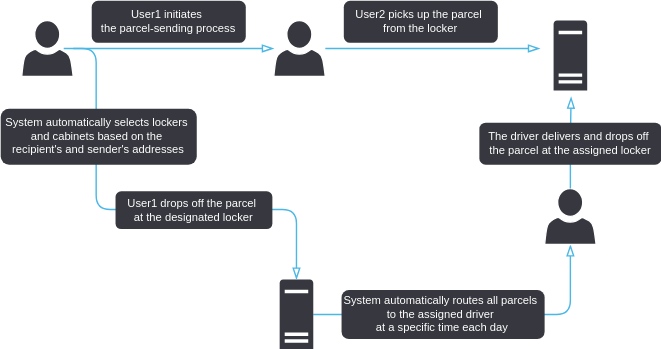
Senull0/APost keeps this draw.io diagram as images/How_itworks.svg. Above is the earlier version. Source tidied: cells renumbered, new cells last; positions are measured from the earlier drawing's top-left corner, leaving out a move shared by most shapes. The source it was exported from:
```xml
<mxGraphModel>
  <root>
    <mxCell id="0" />
    <mxCell id="1" parent="0" />
    <mxCell id="2" style="jettySize=auto;html=1;elbow=vertical;strokeColor=#4ab7e5;rounded=1;endArrow=blockThin;endFill=0;" parent="1" edge="1" source="3" target="4">
      <mxGeometry relative="1" as="geometry" />
    </mxCell>
    <mxCell id="3" style="shadow=0;dashed=0;html=1;strokeColor=#FFFFFF;fillColor=#37383F;labelPosition=center;verticalLabelPosition=bottom;verticalAlign=top;outlineConnect=0;align=center;shape=mxgraph.office.users.user;gradientColor=none;rounded=1;" parent="1" vertex="1">
      <mxGeometry x="15" y="14" width="36.8" height="40" as="geometry" />
    </mxCell>
    <mxCell id="4" style="shadow=0;dashed=0;html=1;strokeColor=#FFFFFF;fillColor=#37383F;labelPosition=center;verticalLabelPosition=bottom;verticalAlign=top;outlineConnect=0;align=center;shape=mxgraph.office.users.user;rounded=1;" parent="1" vertex="1">
      <mxGeometry x="195" y="14" width="36.8" height="40" as="geometry" />
    </mxCell>
    <mxCell id="5" value="=" style="text;html=1;align=center;verticalAlign=middle;strokeColor=none;fillColor=none;fontSize=10;labelBackgroundColor=#37383F;fontColor=#FFFFFF;labelBorderColor=#37383F;rounded=1;" parent="1" vertex="1">
      <mxGeometry x="105" y="4" width="30" height="30" as="geometry" />
    </mxCell>
    <mxCell id="6" style="edgeStyle=orthogonalEdgeStyle;rounded=1;jettySize=auto;html=1;exitX=1;exitY=0.5;exitDx=0;exitDy=0;exitPerimeter=0;strokeColor=#4ab7e5;endArrow=blockThin;endFill=0;" parent="1" edge="1" source="7" target="8">
      <mxGeometry relative="1" as="geometry" />
    </mxCell>
    <mxCell id="7" style="shadow=0;dashed=0;html=1;strokeColor=none;labelPosition=center;verticalLabelPosition=bottom;verticalAlign=top;align=center;fillColor=#37383F;shape=mxgraph.mscae.enterprise.server_generic;rounded=1;" parent="1" vertex="1">
      <mxGeometry x="199.2" y="199" width="24" height="50" as="geometry" />
    </mxCell>
    <mxCell id="8" style="shadow=0;dashed=0;html=1;strokeColor=#FFFFFF;fillColor=#37383F;labelPosition=center;verticalLabelPosition=bottom;verticalAlign=top;outlineConnect=0;align=center;shape=mxgraph.office.users.user;rounded=1;" parent="1" vertex="1">
      <mxGeometry x="388.4" y="134" width="36.8" height="40" as="geometry" />
    </mxCell>
    <mxCell id="9" style="shadow=0;dashed=0;html=1;strokeColor=none;labelPosition=center;verticalLabelPosition=bottom;verticalAlign=top;align=center;fillColor=#37383F;shape=mxgraph.mscae.enterprise.server_generic;rounded=1;" parent="1" vertex="1">
      <mxGeometry x="394.8" y="14" width="24" height="50" as="geometry" />
    </mxCell>
    <mxCell id="10" style="edgeStyle=orthogonalEdgeStyle;rounded=1;jettySize=auto;html=1;entryX=0.5;entryY=0;entryDx=0;entryDy=0;entryPerimeter=0;strokeColor=#4ab7e5;endArrow=blockThin;endFill=0;" parent="1" edge="1" target="7">
      <mxGeometry relative="1" as="geometry">
        <mxPoint x="45" y="34" as="sourcePoint" />
        <Array as="points">
          <mxPoint x="68.2" y="34" />
          <mxPoint x="68.2" y="149" />
          <mxPoint x="211.2" y="149" />
        </Array>
      </mxGeometry>
    </mxCell>
    <mxCell id="11" style="edgeStyle=orthogonalEdgeStyle;rounded=1;jettySize=auto;html=1;entryX=0.521;entryY=1.09;entryDx=0;entryDy=0;entryPerimeter=0;strokeColor=#4ab7e5;endArrow=blockThin;endFill=0;" parent="1" edge="1" source="8" target="9">
      <mxGeometry relative="1" as="geometry" />
    </mxCell>
    <mxCell id="12" style="edgeStyle=orthogonalEdgeStyle;rounded=1;jettySize=auto;html=1;strokeColor=#4ab7e5;endArrow=blockThin;endFill=0;" parent="1" edge="1" source="4">
      <mxGeometry relative="1" as="geometry">
        <mxPoint x="385" y="34" as="targetPoint" />
      </mxGeometry>
    </mxCell>
    <mxCell id="13" value="&lt;div style=&quot;font-size: 8px;&quot;&gt;&lt;font color=&quot;#ffffff&quot; style=&quot;font-size: 8px;&quot;&gt;System automatically selects lockers&amp;nbsp;&lt;/font&gt;&lt;/div&gt;&lt;div style=&quot;font-size: 8px;&quot;&gt;&lt;font color=&quot;#ffffff&quot; style=&quot;font-size: 8px;&quot;&gt;and cabinets based on the&amp;nbsp;&lt;/font&gt;&lt;/div&gt;&lt;div style=&quot;font-size: 8px;&quot;&gt;&lt;font color=&quot;#ffffff&quot; style=&quot;font-size: 8px;&quot;&gt;recipient's and sender's addresses&lt;/font&gt;&lt;/div&gt;" style="rounded=1;whiteSpace=wrap;html=1;fillColor=#37383F;strokeColor=none;" parent="1" vertex="1">
      <mxGeometry y="77" width="140" height="40" as="geometry" />
    </mxCell>
    <mxCell id="14" value="&lt;div style=&quot;font-size: 8px;&quot;&gt;&lt;font color=&quot;#ffffff&quot; style=&quot;font-size: 8px;&quot;&gt;User1 drops off the parcel&amp;nbsp;&lt;/font&gt;&lt;/div&gt;&lt;div style=&quot;font-size: 8px;&quot;&gt;&lt;font color=&quot;#ffffff&quot; style=&quot;font-size: 8px;&quot;&gt;at the designated locker&lt;/font&gt;&lt;/div&gt;" style="rounded=1;whiteSpace=wrap;html=1;fillColor=#37383F;strokeColor=none;" parent="1" vertex="1">
      <mxGeometry x="82" y="136" width="112" height="27" as="geometry" />
    </mxCell>
    <mxCell id="15" value="&lt;div style=&quot;font-size: 8px;&quot;&gt;&lt;font color=&quot;#ffffff&quot; style=&quot;font-size: 8px;&quot;&gt;User1 initiates&amp;nbsp;&lt;/font&gt;&lt;/div&gt;&lt;div style=&quot;font-size: 8px;&quot;&gt;&lt;font color=&quot;#ffffff&quot; style=&quot;font-size: 8px;&quot;&gt;the parcel-sending process&lt;/font&gt;&lt;/div&gt;" style="rounded=1;whiteSpace=wrap;html=1;fillColor=#37383F;strokeColor=none;" parent="1" vertex="1">
      <mxGeometry x="65" width="110" height="30" as="geometry" />
    </mxCell>
    <mxCell id="16" value="&lt;div style=&quot;font-size: 8px;&quot;&gt;&lt;font color=&quot;#ffffff&quot; style=&quot;font-size: 8px;&quot;&gt;User2 picks up the parcel&amp;nbsp;&lt;/font&gt;&lt;/div&gt;&lt;div style=&quot;font-size: 8px;&quot;&gt;&lt;font color=&quot;#ffffff&quot; style=&quot;font-size: 8px;&quot;&gt;from the locker&lt;/font&gt;&lt;/div&gt;" style="rounded=1;whiteSpace=wrap;html=1;fillColor=#37383F;strokeColor=none;" parent="1" vertex="1">
      <mxGeometry x="245" width="110" height="30" as="geometry" />
    </mxCell>
    <mxCell id="17" value="&lt;div style=&quot;font-size: 8px;&quot;&gt;&lt;font color=&quot;#ffffff&quot; style=&quot;font-size: 8px;&quot;&gt;The driver delivers and drops off&amp;nbsp;&lt;/font&gt;&lt;/div&gt;&lt;div style=&quot;font-size: 8px;&quot;&gt;&lt;font color=&quot;#ffffff&quot; style=&quot;font-size: 8px;&quot;&gt;the parcel at the assigned locker&lt;/font&gt;&lt;/div&gt;" style="rounded=1;whiteSpace=wrap;html=1;fillColor=#37383F;strokeColor=none;" parent="1" vertex="1">
      <mxGeometry x="341.8" y="87" width="130" height="30" as="geometry" />
    </mxCell>
    <mxCell id="18" value="&lt;div style=&quot;font-size: 8px;&quot;&gt;&lt;font style=&quot;font-size: 8px;&quot;&gt;System automatically routes all parcels&amp;nbsp;&lt;/font&gt;&lt;/div&gt;&lt;div style=&quot;font-size: 8px;&quot;&gt;&lt;font style=&quot;font-size: 8px;&quot;&gt;to the assigned driver&amp;nbsp;&lt;/font&gt;&lt;/div&gt;&lt;div style=&quot;font-size: 8px;&quot;&gt;&lt;font style=&quot;font-size: 8px;&quot;&gt;at a specific time each day&lt;/font&gt;&lt;/div&gt;" style="rounded=1;whiteSpace=wrap;html=1;fillColor=#37383F;strokeColor=none;fontColor=#FFFFFF;" parent="1" vertex="1">
      <mxGeometry x="243.4" y="206.5" width="145" height="35" as="geometry" />
    </mxCell>
  </root>
</mxGraphModel>
```
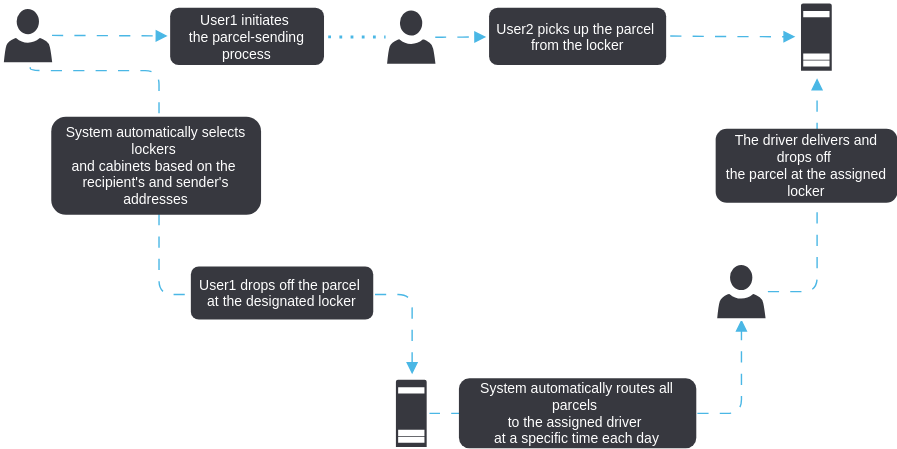
The same diagram one commit later.

Change to the diagram source:
```diff
@@ -2,65 +2,86 @@
   <root>
     <mxCell id="0" />
     <mxCell id="1" parent="0" />
-    <mxCell id="2" style="jettySize=auto;html=1;elbow=vertical;strokeColor=#4ab7e5;rounded=1;endArrow=blockThin;endFill=0;" parent="1" edge="1" source="3" target="4">
-      <mxGeometry relative="1" as="geometry" />
+    <mxCell id="2" style="orthogonalLoop=0;jettySize=auto;html=1;elbow=vertical;strokeColor=#4ab7e5;rounded=1;endArrow=block;endFill=1;entryX=0;entryY=0.5;entryDx=0;entryDy=0;flowAnimation=1;" parent="1" edge="1">
+      <mxGeometry relative="1" as="geometry">
+        <mxPoint x="-45" y="8.8" as="sourcePoint" />
+        <mxPoint x="38.2" y="9.2" as="targetPoint" />
+      </mxGeometry>
     </mxCell>
-    <mxCell id="3" style="shadow=0;dashed=0;html=1;strokeColor=#FFFFFF;fillColor=#37383F;labelPosition=center;verticalLabelPosition=bottom;verticalAlign=top;outlineConnect=0;align=center;shape=mxgraph.office.users.user;gradientColor=none;rounded=1;" parent="1" vertex="1">
-      <mxGeometry x="15" y="14" width="36.8" height="40" as="geometry" />
+    <mxCell id="3" style="shadow=0;dashed=0;html=1;strokeColor=#FFFFFF;fillColor=#37383F;labelPosition=center;verticalLabelPosition=bottom;verticalAlign=top;outlineConnect=0;align=center;shape=mxgraph.office.users.user;gradientColor=none;rounded=1;strokeWidth=2;" parent="1" vertex="1">
+      <mxGeometry x="-80" y="-11" width="36.8" height="40" as="geometry" />
     </mxCell>
-    <mxCell id="4" style="shadow=0;dashed=0;html=1;strokeColor=#FFFFFF;fillColor=#37383F;labelPosition=center;verticalLabelPosition=bottom;verticalAlign=top;outlineConnect=0;align=center;shape=mxgraph.office.users.user;rounded=1;" parent="1" vertex="1">
-      <mxGeometry x="195" y="14" width="36.8" height="40" as="geometry" />
+    <mxCell id="4" style="shadow=0;dashed=0;html=1;strokeColor=#FFFFFF;fillColor=#37383F;labelPosition=center;verticalLabelPosition=bottom;verticalAlign=top;outlineConnect=0;align=center;shape=mxgraph.office.users.user;rounded=1;strokeWidth=2;" parent="1" vertex="1">
+      <mxGeometry x="194" y="-10" width="36.8" height="40" as="geometry" />
     </mxCell>
     <mxCell id="5" value="=" style="text;html=1;align=center;verticalAlign=middle;strokeColor=none;fillColor=none;fontSize=10;labelBackgroundColor=#37383F;fontColor=#FFFFFF;labelBorderColor=#37383F;rounded=1;" parent="1" vertex="1">
       <mxGeometry x="105" y="4" width="30" height="30" as="geometry" />
     </mxCell>
-    <mxCell id="6" style="edgeStyle=orthogonalEdgeStyle;rounded=1;jettySize=auto;html=1;exitX=1;exitY=0.5;exitDx=0;exitDy=0;exitPerimeter=0;strokeColor=#4ab7e5;endArrow=blockThin;endFill=0;" parent="1" edge="1" source="7" target="8">
+    <mxCell id="6" style="edgeStyle=orthogonalEdgeStyle;rounded=1;jettySize=auto;html=1;exitX=1;exitY=0.5;exitDx=0;exitDy=0;exitPerimeter=0;strokeColor=#4ab7e5;endArrow=block;endFill=1;flowAnimation=1;" parent="1" edge="1" source="7" target="8">
       <mxGeometry relative="1" as="geometry" />
     </mxCell>
-    <mxCell id="7" style="shadow=0;dashed=0;html=1;strokeColor=none;labelPosition=center;verticalLabelPosition=bottom;verticalAlign=top;align=center;fillColor=#37383F;shape=mxgraph.mscae.enterprise.server_generic;rounded=1;" parent="1" vertex="1">
-      <mxGeometry x="199.2" y="199" width="24" height="50" as="geometry" />
+    <mxCell id="7" style="shadow=0;dashed=0;html=1;strokeColor=#FFFFFF;labelPosition=center;verticalLabelPosition=bottom;verticalAlign=top;align=center;fillColor=#37383F;shape=mxgraph.mscae.enterprise.server_generic;rounded=1;strokeWidth=2;" parent="1" vertex="1">
+      <mxGeometry x="200.4" y="254" width="24" height="50" as="geometry" />
     </mxCell>
-    <mxCell id="8" style="shadow=0;dashed=0;html=1;strokeColor=#FFFFFF;fillColor=#37383F;labelPosition=center;verticalLabelPosition=bottom;verticalAlign=top;outlineConnect=0;align=center;shape=mxgraph.office.users.user;rounded=1;" parent="1" vertex="1">
-      <mxGeometry x="388.4" y="134" width="36.8" height="40" as="geometry" />
+    <mxCell id="8" style="shadow=0;dashed=0;html=1;strokeColor=#FFFFFF;fillColor=#37383F;labelPosition=center;verticalLabelPosition=bottom;verticalAlign=top;outlineConnect=0;align=center;shape=mxgraph.office.users.user;rounded=1;strokeWidth=2;" parent="1" vertex="1">
+      <mxGeometry x="430" y="172" width="36.8" height="40" as="geometry" />
     </mxCell>
-    <mxCell id="9" style="shadow=0;dashed=0;html=1;strokeColor=none;labelPosition=center;verticalLabelPosition=bottom;verticalAlign=top;align=center;fillColor=#37383F;shape=mxgraph.mscae.enterprise.server_generic;rounded=1;" parent="1" vertex="1">
-      <mxGeometry x="394.8" y="14" width="24" height="50" as="geometry" />
+    <mxCell id="9" style="shadow=0;dashed=0;html=1;strokeColor=#FFFFFF;labelPosition=center;verticalLabelPosition=bottom;verticalAlign=top;align=center;fillColor=#37383F;shape=mxgraph.mscae.enterprise.server_generic;rounded=1;strokeWidth=2;" parent="1" vertex="1">
+      <mxGeometry x="490" y="-15" width="24" height="50" as="geometry" />
     </mxCell>
-    <mxCell id="10" style="edgeStyle=orthogonalEdgeStyle;rounded=1;jettySize=auto;html=1;entryX=0.5;entryY=0;entryDx=0;entryDy=0;entryPerimeter=0;strokeColor=#4ab7e5;endArrow=blockThin;endFill=0;" parent="1" edge="1" target="7">
+    <mxCell id="10" style="edgeStyle=orthogonalEdgeStyle;rounded=1;orthogonalLoop=0;jettySize=auto;html=1;strokeColor=#4ab7e5;endArrow=block;endFill=1;flowAnimation=1;" parent="1" edge="1">
       <mxGeometry relative="1" as="geometry">
-        <mxPoint x="45" y="34" as="sourcePoint" />
+        <mxPoint x="-60" y="31" as="sourcePoint" />
+        <mxPoint x="213" y="251" as="targetPoint" />
         <Array as="points">
-          <mxPoint x="68.2" y="34" />
-          <mxPoint x="68.2" y="149" />
-          <mxPoint x="211.2" y="149" />
+          <mxPoint x="-60" y="34" />
+          <mxPoint x="32" y="34" />
+          <mxPoint x="32" y="194" />
+          <mxPoint x="213" y="194" />
         </Array>
       </mxGeometry>
     </mxCell>
-    <mxCell id="11" style="edgeStyle=orthogonalEdgeStyle;rounded=1;jettySize=auto;html=1;entryX=0.521;entryY=1.09;entryDx=0;entryDy=0;entryPerimeter=0;strokeColor=#4ab7e5;endArrow=blockThin;endFill=0;" parent="1" edge="1" source="8" target="9">
+    <mxCell id="11" style="edgeStyle=orthogonalEdgeStyle;rounded=1;jettySize=auto;html=1;entryX=0.521;entryY=1.09;entryDx=0;entryDy=0;entryPerimeter=0;strokeColor=#4ab7e5;endArrow=block;endFill=1;flowAnimation=1;" parent="1" edge="1" source="8" target="9">
       <mxGeometry relative="1" as="geometry" />
     </mxCell>
-    <mxCell id="12" style="edgeStyle=orthogonalEdgeStyle;rounded=1;jettySize=auto;html=1;strokeColor=#4ab7e5;endArrow=blockThin;endFill=0;" parent="1" edge="1" source="4">
+    <mxCell id="12" style="edgeStyle=orthogonalEdgeStyle;rounded=1;orthogonalLoop=0;jettySize=auto;html=1;strokeColor=#4ab7e5;endArrow=block;endFill=1;entryX=0;entryY=0.5;entryDx=0;entryDy=0;entryPerimeter=0;flowAnimation=1;" parent="1" edge="1">
       <mxGeometry relative="1" as="geometry">
-        <mxPoint x="385" y="34" as="targetPoint" />
+        <mxPoint x="397" y="9.2" as="sourcePoint" />
+        <mxPoint x="487" y="9.8" as="targetPoint" />
       </mxGeometry>
     </mxCell>
-    <mxCell id="13" value="&lt;div style=&quot;font-size: 8px;&quot;&gt;&lt;font color=&quot;#ffffff&quot; style=&quot;font-size: 8px;&quot;&gt;System automatically selects lockers&amp;nbsp;&lt;/font&gt;&lt;/div&gt;&lt;div style=&quot;font-size: 8px;&quot;&gt;&lt;font color=&quot;#ffffff&quot; style=&quot;font-size: 8px;&quot;&gt;and cabinets based on the&amp;nbsp;&lt;/font&gt;&lt;/div&gt;&lt;div style=&quot;font-size: 8px;&quot;&gt;&lt;font color=&quot;#ffffff&quot; style=&quot;font-size: 8px;&quot;&gt;recipient's and sender's addresses&lt;/font&gt;&lt;/div&gt;" style="rounded=1;whiteSpace=wrap;html=1;fillColor=#37383F;strokeColor=none;" parent="1" vertex="1">
-      <mxGeometry y="77" width="140" height="40" as="geometry" />
+    <mxCell id="13" value="&lt;div style=&quot;font-size: 10px;&quot;&gt;&lt;font color=&quot;#ffffff&quot; style=&quot;font-size: 10px;&quot;&gt;System automatically selects lockers&amp;nbsp;&lt;/font&gt;&lt;/div&gt;&lt;div style=&quot;font-size: 10px;&quot;&gt;&lt;font color=&quot;#ffffff&quot; style=&quot;font-size: 10px;&quot;&gt;and cabinets based on the&amp;nbsp;&lt;/font&gt;&lt;/div&gt;&lt;div style=&quot;font-size: 10px;&quot;&gt;&lt;font color=&quot;#ffffff&quot; style=&quot;font-size: 10px;&quot;&gt;recipient's and sender's addresses&lt;/font&gt;&lt;/div&gt;" style="rounded=1;whiteSpace=wrap;html=1;fillColor=#37383F;strokeColor=none;fontSize=10;" parent="1" vertex="1">
+      <mxGeometry x="-45" y="67" width="150" height="70" as="geometry" />
     </mxCell>
-    <mxCell id="14" value="&lt;div style=&quot;font-size: 8px;&quot;&gt;&lt;font color=&quot;#ffffff&quot; style=&quot;font-size: 8px;&quot;&gt;User1 drops off the parcel&amp;nbsp;&lt;/font&gt;&lt;/div&gt;&lt;div style=&quot;font-size: 8px;&quot;&gt;&lt;font color=&quot;#ffffff&quot; style=&quot;font-size: 8px;&quot;&gt;at the designated locker&lt;/font&gt;&lt;/div&gt;" style="rounded=1;whiteSpace=wrap;html=1;fillColor=#37383F;strokeColor=none;" parent="1" vertex="1">
-      <mxGeometry x="82" y="136" width="112" height="27" as="geometry" />
+    <mxCell id="14" value="&lt;div style=&quot;font-size: 10px;&quot;&gt;&lt;font color=&quot;#ffffff&quot; style=&quot;font-size: 10px;&quot;&gt;User1 drops off the parcel&amp;nbsp;&lt;/font&gt;&lt;/div&gt;&lt;div style=&quot;font-size: 10px;&quot;&gt;&lt;font color=&quot;#ffffff&quot; style=&quot;font-size: 10px;&quot;&gt;at the designated locker&lt;/font&gt;&lt;/div&gt;" style="rounded=1;whiteSpace=wrap;html=1;fillColor=#37383F;strokeColor=none;fontSize=10;" parent="1" vertex="1">
+      <mxGeometry x="54.8" y="174" width="130.4" height="38" as="geometry" />
     </mxCell>
-    <mxCell id="15" value="&lt;div style=&quot;font-size: 8px;&quot;&gt;&lt;font color=&quot;#ffffff&quot; style=&quot;font-size: 8px;&quot;&gt;User1 initiates&amp;nbsp;&lt;/font&gt;&lt;/div&gt;&lt;div style=&quot;font-size: 8px;&quot;&gt;&lt;font color=&quot;#ffffff&quot; style=&quot;font-size: 8px;&quot;&gt;the parcel-sending process&lt;/font&gt;&lt;/div&gt;" style="rounded=1;whiteSpace=wrap;html=1;fillColor=#37383F;strokeColor=none;" parent="1" vertex="1">
-      <mxGeometry x="65" width="110" height="30" as="geometry" />
+    <mxCell id="15" value="&lt;div style=&quot;font-size: 10px;&quot;&gt;&lt;font color=&quot;#ffffff&quot; style=&quot;font-size: 10px;&quot;&gt;User1 initiates&amp;nbsp;&lt;/font&gt;&lt;/div&gt;&lt;div style=&quot;font-size: 10px;&quot;&gt;&lt;font color=&quot;#ffffff&quot; style=&quot;font-size: 10px;&quot;&gt;the parcel-sending process&lt;/font&gt;&lt;/div&gt;" style="rounded=1;whiteSpace=wrap;html=1;fillColor=#37383F;strokeColor=none;fontSize=10;" parent="1" vertex="1">
+      <mxGeometry x="40" y="-11" width="110" height="41" as="geometry" />
     </mxCell>
-    <mxCell id="16" value="&lt;div style=&quot;font-size: 8px;&quot;&gt;&lt;font color=&quot;#ffffff&quot; style=&quot;font-size: 8px;&quot;&gt;User2 picks up the parcel&amp;nbsp;&lt;/font&gt;&lt;/div&gt;&lt;div style=&quot;font-size: 8px;&quot;&gt;&lt;font color=&quot;#ffffff&quot; style=&quot;font-size: 8px;&quot;&gt;from the locker&lt;/font&gt;&lt;/div&gt;" style="rounded=1;whiteSpace=wrap;html=1;fillColor=#37383F;strokeColor=none;" parent="1" vertex="1">
-      <mxGeometry x="245" width="110" height="30" as="geometry" />
-    </mxCell>
-    <mxCell id="17" value="&lt;div style=&quot;font-size: 8px;&quot;&gt;&lt;font color=&quot;#ffffff&quot; style=&quot;font-size: 8px;&quot;&gt;The driver delivers and drops off&amp;nbsp;&lt;/font&gt;&lt;/div&gt;&lt;div style=&quot;font-size: 8px;&quot;&gt;&lt;font color=&quot;#ffffff&quot; style=&quot;font-size: 8px;&quot;&gt;the parcel at the assigned locker&lt;/font&gt;&lt;/div&gt;" style="rounded=1;whiteSpace=wrap;html=1;fillColor=#37383F;strokeColor=none;" parent="1" vertex="1">
-      <mxGeometry x="341.8" y="87" width="130" height="30" as="geometry" />
+    <mxCell id="17" value="&lt;div style=&quot;font-size: 10px;&quot;&gt;&lt;font color=&quot;#ffffff&quot; style=&quot;font-size: 10px;&quot;&gt;The driver delivers and drops off&amp;nbsp;&lt;/font&gt;&lt;/div&gt;&lt;div style=&quot;font-size: 10px;&quot;&gt;&lt;font color=&quot;#ffffff&quot; style=&quot;font-size: 10px;&quot;&gt;the parcel at the assigned locker&lt;/font&gt;&lt;/div&gt;" style="rounded=1;whiteSpace=wrap;html=1;fillColor=#37383F;strokeColor=none;fontSize=10;" parent="1" vertex="1">
+      <mxGeometry x="430" y="75.5" width="130" height="53" as="geometry" />
     </mxCell>
-    <mxCell id="18" value="&lt;div style=&quot;font-size: 8px;&quot;&gt;&lt;font style=&quot;font-size: 8px;&quot;&gt;System automatically routes all parcels&amp;nbsp;&lt;/font&gt;&lt;/div&gt;&lt;div style=&quot;font-size: 8px;&quot;&gt;&lt;font style=&quot;font-size: 8px;&quot;&gt;to the assigned driver&amp;nbsp;&lt;/font&gt;&lt;/div&gt;&lt;div style=&quot;font-size: 8px;&quot;&gt;&lt;font style=&quot;font-size: 8px;&quot;&gt;at a specific time each day&lt;/font&gt;&lt;/div&gt;" style="rounded=1;whiteSpace=wrap;html=1;fillColor=#37383F;strokeColor=none;fontColor=#FFFFFF;" parent="1" vertex="1">
-      <mxGeometry x="243.4" y="206.5" width="145" height="35" as="geometry" />
+    <mxCell id="18" value="&lt;div style=&quot;font-size: 10px;&quot;&gt;&lt;font style=&quot;font-size: 10px;&quot;&gt;System automatically routes all parcels&amp;nbsp;&lt;/font&gt;&lt;/div&gt;&lt;div style=&quot;font-size: 10px;&quot;&gt;&lt;font style=&quot;font-size: 10px;&quot;&gt;to the assigned driver&amp;nbsp;&lt;/font&gt;&lt;/div&gt;&lt;div style=&quot;font-size: 10px;&quot;&gt;&lt;font style=&quot;font-size: 10px;&quot;&gt;at a specific time each day&lt;/font&gt;&lt;/div&gt;" style="rounded=1;whiteSpace=wrap;html=1;fillColor=#37383F;strokeColor=none;fontColor=#FFFFFF;fontSize=10;" parent="1" vertex="1">
+      <mxGeometry x="246.4" y="254" width="169.7" height="50" as="geometry" />
     </mxCell>
+    <mxCell id="16" value="&lt;div style=&quot;font-size: 10px;&quot;&gt;&lt;font color=&quot;#ffffff&quot; style=&quot;font-size: 10px;&quot;&gt;User2 picks up the parcel&amp;nbsp;&lt;/font&gt;&lt;/div&gt;&lt;div style=&quot;font-size: 10px;&quot;&gt;&lt;font color=&quot;#ffffff&quot; style=&quot;font-size: 10px;&quot;&gt;from the locker&lt;/font&gt;&lt;/div&gt;" style="rounded=1;whiteSpace=wrap;html=1;fillColor=#37383F;strokeColor=none;fontSize=10;" parent="1" vertex="1">
+      <mxGeometry x="268" y="-11" width="126.6" height="41" as="geometry" />
+    </mxCell>
+    <mxCell id="19" style="orthogonalLoop=0;jettySize=auto;html=1;elbow=vertical;strokeColor=#4AB7E5;rounded=1;endArrow=block;endFill=1;spacing=8;flowAnimation=1;" parent="1" edge="1">
+      <mxGeometry relative="1" as="geometry">
+        <mxPoint x="229" y="10.1" as="sourcePoint" />
+        <mxPoint x="266" y="9.9" as="targetPoint" />
+        <Array as="points">
+          <mxPoint x="240" y="10.1" />
+        </Array>
+      </mxGeometry>
+    </mxCell>
+    <mxCell id="20" style="endArrow=none;dashed=1;html=1;dashPattern=1 3;strokeWidth=2;rounded=0;strokeColor=#4AB7E5;exitX=1.026;exitY=0.511;exitDx=0;exitDy=0;exitPerimeter=0;" parent="1" edge="1">
+      <mxGeometry relative="1" as="geometry">
+        <mxPoint x="153" y="9.9" as="sourcePoint" />
+        <mxPoint x="194" y="10" as="targetPoint" />
+      </mxGeometry>
+    </mxCell>
   </root>
 </mxGraphModel>
```
